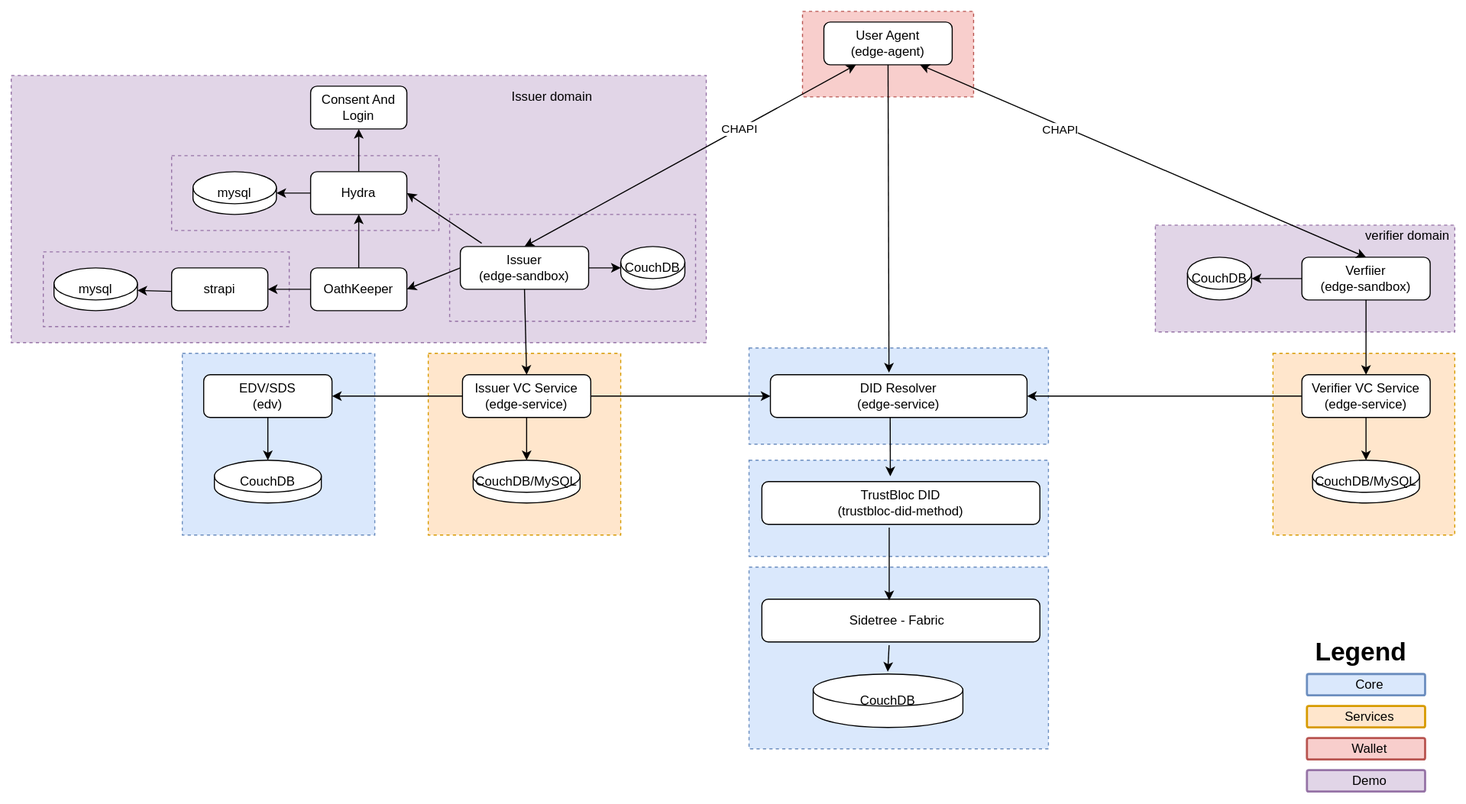
Before: docs/source/images/vcs_component_diagram.svg, a diagram exported from draw.io (trustbloc/docs). Source tidied: cells renumbered, new cells last; positions are measured from the earlier drawing's top-left corner, leaving out a move shared by most shapes.
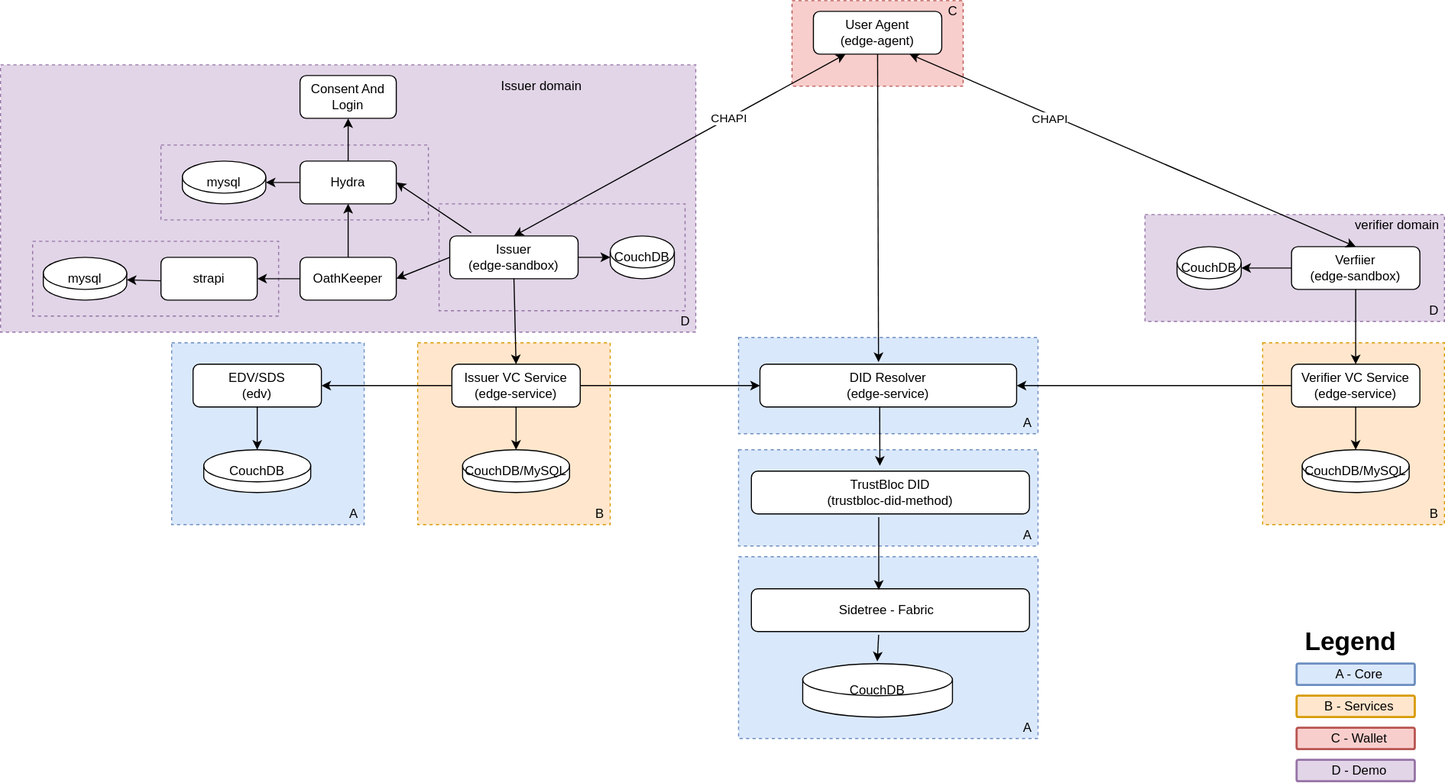
After the commit.

Commit message:
docs: docs: Add labels to component diagrams

What changed in the source:
```diff
@@ -194,20 +194,47 @@
     <mxCell id="61" value="verifier domain" style="text;html=1;strokeColor=none;fillColor=none;align=center;verticalAlign=middle;whiteSpace=wrap;rounded=0;" parent="1" vertex="1">
       <mxGeometry x="1262" y="200" width="88" height="20" as="geometry" />
     </mxCell>
-    <mxCell id="62" value="Services" style="rounded=1;arcSize=9;fillColor=#ffe6cc;align=center;spacingLeft=5;strokeColor=#d79b00;html=1;strokeWidth=2;fontSize=12;" parent="1" vertex="1">
+    <mxCell id="62" value="B - Services" style="rounded=1;arcSize=9;fillColor=#ffe6cc;align=center;spacingLeft=5;strokeColor=#d79b00;html=1;strokeWidth=2;fontSize=12;" parent="1" vertex="1">
       <mxGeometry x="1211.8" y="650" width="110.5" height="20" as="geometry" />
     </mxCell>
-    <mxCell id="63" value="Core" style="rounded=1;arcSize=9;fillColor=#dae8fc;align=center;spacingLeft=5;strokeColor=#6c8ebf;html=1;strokeWidth=2;fontSize=12;" parent="1" vertex="1">
+    <mxCell id="63" value="A - Core" style="rounded=1;arcSize=9;fillColor=#dae8fc;align=center;spacingLeft=5;strokeColor=#6c8ebf;html=1;strokeWidth=2;fontSize=12;" parent="1" vertex="1">
       <mxGeometry x="1211.8" y="620" width="110.5" height="20" as="geometry" />
     </mxCell>
-    <mxCell id="64" value="Wallet" style="rounded=1;arcSize=9;fillColor=#f8cecc;align=center;spacingLeft=5;strokeColor=#b85450;html=1;strokeWidth=2;fontSize=12;" parent="1" vertex="1">
+    <mxCell id="64" value="C - Wallet" style="rounded=1;arcSize=9;fillColor=#f8cecc;align=center;spacingLeft=5;strokeColor=#b85450;html=1;strokeWidth=2;fontSize=12;" parent="1" vertex="1">
       <mxGeometry x="1211.8" y="680" width="110.5" height="20" as="geometry" />
     </mxCell>
     <mxCell id="65" value="Legend" style="text;strokeColor=none;fillColor=none;html=1;fontSize=24;fontStyle=1;verticalAlign=middle;align=center;" parent="1" vertex="1">
       <mxGeometry x="1211.8" y="580" width="100" height="40" as="geometry" />
     </mxCell>
-    <mxCell id="66" value="Demo" style="rounded=1;arcSize=9;fillColor=#e1d5e7;align=center;spacingLeft=5;strokeColor=#9673a6;html=1;strokeWidth=2;fontSize=12;" parent="1" vertex="1">
+    <mxCell id="66" value="D - Demo" style="rounded=1;arcSize=9;fillColor=#e1d5e7;align=center;spacingLeft=5;strokeColor=#9673a6;html=1;strokeWidth=2;fontSize=12;" parent="1" vertex="1">
       <mxGeometry x="1211.8" y="710" width="110.5" height="20" as="geometry" />
     </mxCell>
+    <mxCell id="67" value="B" style="text;html=1;align=center;verticalAlign=middle;" parent="1" vertex="1">
+      <mxGeometry x="550" y="470" width="20" height="20" as="geometry" />
+    </mxCell>
+    <mxCell id="68" value="A" style="text;html=1;align=center;verticalAlign=middle;" parent="1" vertex="1">
+      <mxGeometry x="320" y="470" width="20" height="20" as="geometry" />
+    </mxCell>
+    <mxCell id="69" value="D" style="text;html=1;align=center;verticalAlign=middle;" parent="1" vertex="1">
+      <mxGeometry x="630" y="290" width="20" height="20" as="geometry" />
+    </mxCell>
+    <mxCell id="70" value="C" style="text;html=1;align=center;verticalAlign=middle;" parent="1" vertex="1">
+      <mxGeometry x="880" width="20" height="20" as="geometry" />
+    </mxCell>
+    <mxCell id="71" value="D" style="text;html=1;align=center;verticalAlign=middle;" parent="1" vertex="1">
+      <mxGeometry x="1330" y="280" width="20" height="20" as="geometry" />
+    </mxCell>
+    <mxCell id="72" value="B" style="text;html=1;align=center;verticalAlign=middle;" parent="1" vertex="1">
+      <mxGeometry x="1330" y="470" width="20" height="20" as="geometry" />
+    </mxCell>
+    <mxCell id="73" value="A" style="text;html=1;align=center;verticalAlign=middle;" parent="1" vertex="1">
+      <mxGeometry x="950" y="670" width="20" height="20" as="geometry" />
+    </mxCell>
+    <mxCell id="74" value="A" style="text;html=1;align=center;verticalAlign=middle;" parent="1" vertex="1">
+      <mxGeometry x="950" y="490" width="20" height="20" as="geometry" />
+    </mxCell>
+    <mxCell id="75" value="A" style="text;html=1;align=center;verticalAlign=middle;" parent="1" vertex="1">
+      <mxGeometry x="950" y="385" width="20" height="20" as="geometry" />
+    </mxCell>
   </root>
 </mxGraphModel>
```
